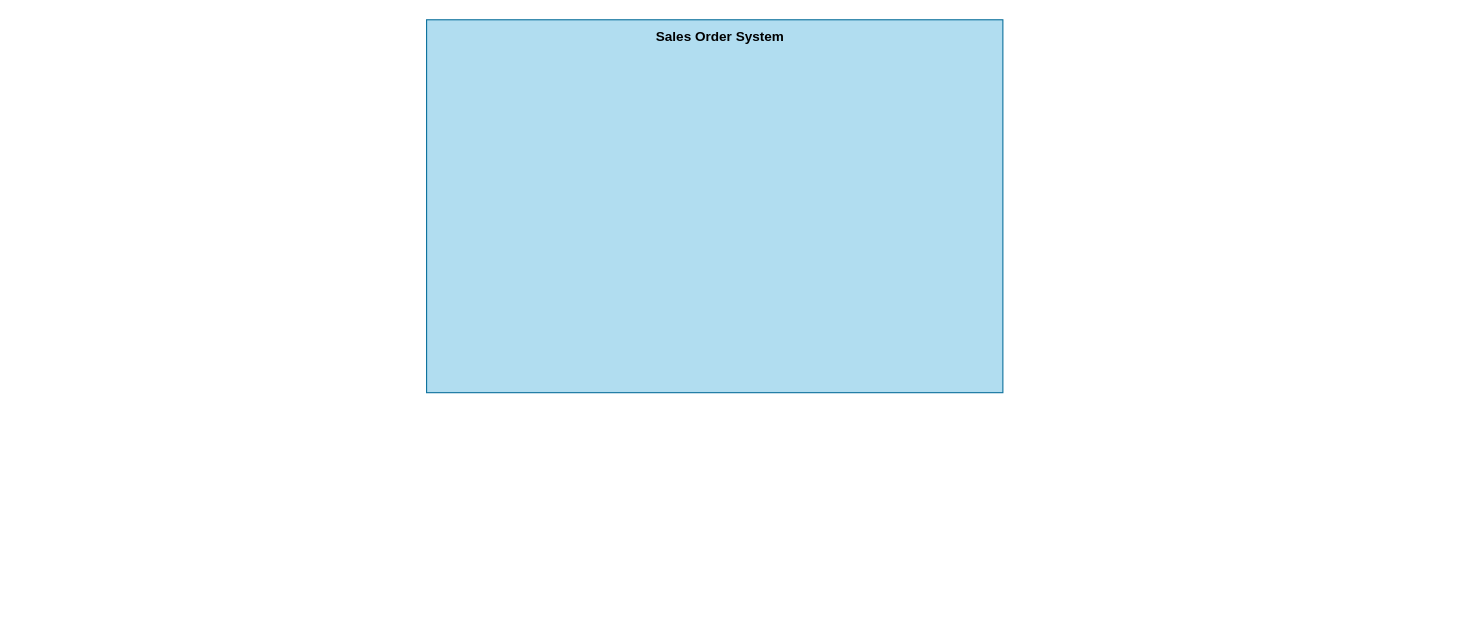
The draw.io diagram Sales Order System.drawio in Simasco/diagram, before the edit. Source tidied: cells renumbered, new cells numbered last; positions are measured from the earlier drawing's top-left corner, leaving out a move shared by most shapes. Both pictures are drawn from the tidied source at 113%, with x=0, y=0 at pixel (426, 19).
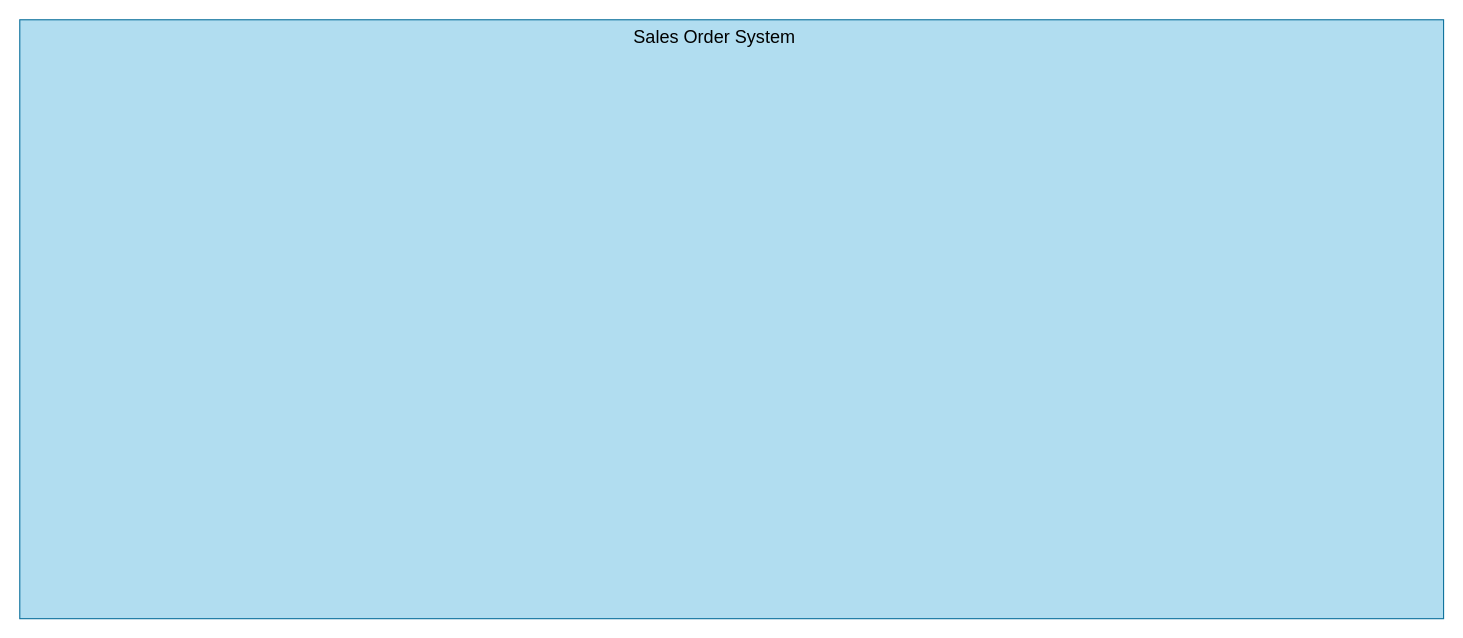
After the change.

Diff of the diagram source:
```diff
@@
 <mxGraphModel>
   <root>
     <mxCell id="0" />
     <mxCell id="1" parent="0" />
     <mxCell id="2" style="rounded=0;whiteSpace=wrap;html=1;fillColor=#b1ddf0;strokeColor=#10739e;" parent="1" vertex="1">
-      <mxGeometry width="510" height="330" as="geometry" />
+      <mxGeometry x="-360" width="1260" height="530" as="geometry" />
     </mxCell>
-    <mxCell id="3" value="Sales Order System" style="text;html=1;align=center;verticalAlign=middle;whiteSpace=wrap;rounded=0;fontStyle=1;" parent="1" vertex="1">
-      <mxGeometry x="200" width="120" height="30" as="geometry" />
+    <mxCell id="3" value="Sales Order System" style="text;html=1;align=center;verticalAlign=middle;whiteSpace=wrap;rounded=0;fontStyle=0;fontSize=16;" parent="1" vertex="1">
+      <mxGeometry x="125" width="260" height="30" as="geometry" />
     </mxCell>
   </root>
 </mxGraphModel>
```
